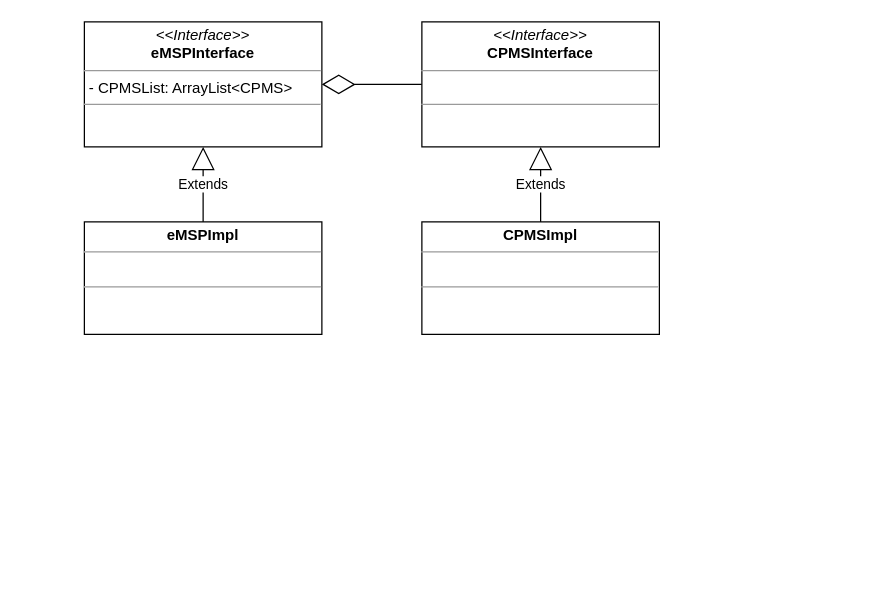
Earlier version of the draw.io diagram page "bridge-pattern" (5 of 5) of DD/Graphics/DD.drawio (federico-mandelli/CoriglianoMandelliPignataro). Source tidied: cells renumbered, new cells numbered last; positions are measured from the earlier drawing's top-left corner, leaving out a move shared by most shapes. Both pictures are drawn from the tidied source at 125%, with x=0, y=0 at pixel (84, 21).
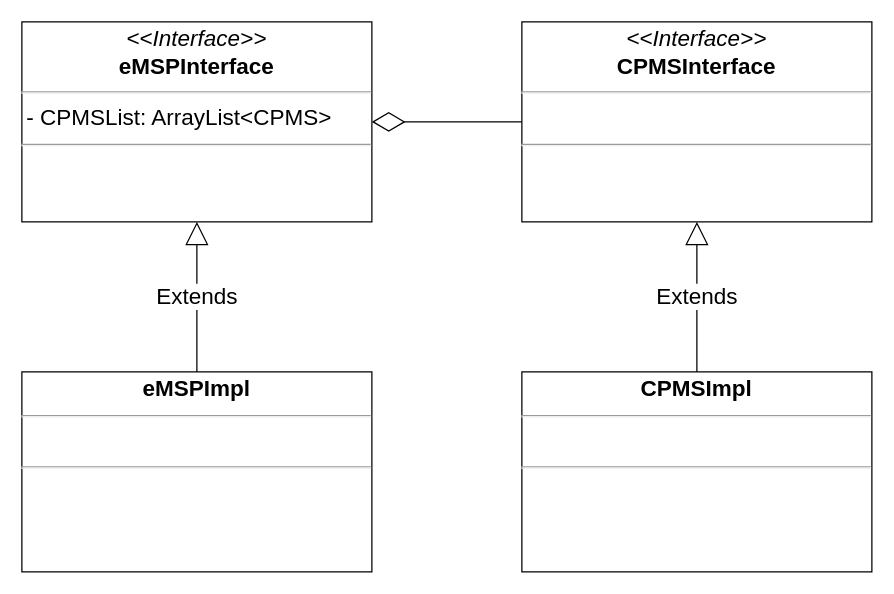
The same diagram, later.

The edit, as a diff of the source:
```diff
@@
 <mxGraphModel>
   <root>
     <mxCell id="0" />
     <mxCell id="1" parent="0" />
-    <mxCell id="2" value="Extends" style="endArrow=block;endSize=16;endFill=0;html=1;rounded=0;" parent="1" edge="1" source="8" target="6">
+    <mxCell id="2" value="Extends" style="endArrow=block;endSize=16;endFill=0;html=1;rounded=0;strokeWidth=1;fontSize=18;" parent="1" edge="1" source="8" target="6">
       <mxGeometry relative="1" as="geometry" />
     </mxCell>
-    <mxCell id="3" value="Extends" style="endArrow=block;endSize=16;endFill=0;html=1;rounded=0;" parent="1" edge="1" source="7" target="5">
+    <mxCell id="3" value="Extends" style="endArrow=block;endSize=16;endFill=0;html=1;rounded=0;strokeWidth=1;fontSize=18;" parent="1" edge="1" source="7" target="5">
       <mxGeometry relative="1" as="geometry" />
     </mxCell>
-    <mxCell id="4" style="endArrow=diamondThin;endFill=0;endSize=24;html=1;rounded=0;" parent="1" edge="1" source="6" target="5">
+    <mxCell id="4" style="endArrow=diamondThin;endFill=0;endSize=24;html=1;rounded=0;strokeWidth=1;fontSize=18;" parent="1" edge="1" source="6" target="5">
       <mxGeometry relative="1" as="geometry" />
     </mxCell>
-    <mxCell id="5" value="&lt;p style=&quot;margin:0px;margin-top:4px;text-align:center;&quot;&gt;&lt;i&gt;&amp;lt;&amp;lt;Interface&amp;gt;&amp;gt;&lt;/i&gt;&lt;br&gt;&lt;b&gt;eMSPInterface&lt;/b&gt;&lt;/p&gt;&lt;hr size=&quot;1&quot;&gt;&lt;p style=&quot;margin:0px;margin-left:4px;&quot;&gt;- CPMSList: ArrayList&amp;lt;CPMS&amp;gt;&lt;br&gt;&lt;/p&gt;&lt;hr size=&quot;1&quot;&gt;&lt;p style=&quot;margin:0px;margin-left:4px;&quot;&gt;&lt;br&gt;&lt;/p&gt;" style="verticalAlign=top;align=left;overflow=fill;fontSize=12;fontFamily=Helvetica;html=1;" parent="1" vertex="1">
-      <mxGeometry width="190" height="100" as="geometry" />
+    <mxCell id="5" value="&lt;p style=&quot;margin: 4px 0px 0px; text-align: center; font-size: 18px;&quot;&gt;&lt;i style=&quot;font-size: 18px;&quot;&gt;&amp;lt;&amp;lt;Interface&amp;gt;&amp;gt;&lt;/i&gt;&lt;br style=&quot;font-size: 18px;&quot;&gt;&lt;b style=&quot;font-size: 18px;&quot;&gt;eMSPInterface&lt;/b&gt;&lt;/p&gt;&lt;hr style=&quot;font-size: 18px;&quot;&gt;&lt;p style=&quot;margin: 0px 0px 0px 4px; font-size: 18px;&quot;&gt;- CPMSList: ArrayList&amp;lt;CPMS&amp;gt;&lt;br style=&quot;font-size: 18px;&quot;&gt;&lt;/p&gt;&lt;hr style=&quot;font-size: 18px;&quot;&gt;&lt;p style=&quot;margin: 0px 0px 0px 4px; font-size: 18px;&quot;&gt;&lt;br style=&quot;font-size: 18px;&quot;&gt;&lt;/p&gt;" style="verticalAlign=top;align=left;overflow=fill;fontSize=18;fontFamily=Helvetica;html=1;strokeWidth=1;" parent="1" vertex="1">
+      <mxGeometry x="-50" width="280" height="160" as="geometry" />
     </mxCell>
-    <mxCell id="6" value="&lt;p style=&quot;margin:0px;margin-top:4px;text-align:center;&quot;&gt;&lt;i&gt;&amp;lt;&amp;lt;Interface&amp;gt;&amp;gt;&lt;/i&gt;&lt;br&gt;&lt;b&gt;CPMSInterface&lt;/b&gt;&lt;/p&gt;&lt;hr size=&quot;1&quot;&gt;&lt;p style=&quot;margin:0px;margin-left:4px;&quot;&gt;&lt;br&gt;&lt;/p&gt;&lt;hr size=&quot;1&quot;&gt;&lt;p style=&quot;margin:0px;margin-left:4px;&quot;&gt;&lt;br&gt;&lt;/p&gt;" style="verticalAlign=top;align=left;overflow=fill;fontSize=12;fontFamily=Helvetica;html=1;" parent="1" vertex="1">
-      <mxGeometry x="270" width="190" height="100" as="geometry" />
+    <mxCell id="6" value="&lt;p style=&quot;margin: 4px 0px 0px; text-align: center; font-size: 18px;&quot;&gt;&lt;i style=&quot;font-size: 18px;&quot;&gt;&amp;lt;&amp;lt;Interface&amp;gt;&amp;gt;&lt;/i&gt;&lt;br style=&quot;font-size: 18px;&quot;&gt;&lt;b style=&quot;font-size: 18px;&quot;&gt;CPMSInterface&lt;/b&gt;&lt;/p&gt;&lt;hr style=&quot;font-size: 18px;&quot;&gt;&lt;p style=&quot;margin: 0px 0px 0px 4px; font-size: 18px;&quot;&gt;&lt;br style=&quot;font-size: 18px;&quot;&gt;&lt;/p&gt;&lt;hr style=&quot;font-size: 18px;&quot;&gt;&lt;p style=&quot;margin: 0px 0px 0px 4px; font-size: 18px;&quot;&gt;&lt;br style=&quot;font-size: 18px;&quot;&gt;&lt;/p&gt;" style="verticalAlign=top;align=left;overflow=fill;fontSize=18;fontFamily=Helvetica;html=1;strokeWidth=1;" parent="1" vertex="1">
+      <mxGeometry x="350" width="280" height="160" as="geometry" />
     </mxCell>
-    <mxCell id="7" value="&lt;p style=&quot;margin:0px;margin-top:4px;text-align:center;&quot;&gt;&lt;b&gt;eMSPImpl&lt;/b&gt;&lt;/p&gt;&lt;hr size=&quot;1&quot;&gt;&lt;p style=&quot;margin:0px;margin-left:4px;&quot;&gt;&lt;br&gt;&lt;/p&gt;&lt;hr size=&quot;1&quot;&gt;&lt;p style=&quot;margin:0px;margin-left:4px;&quot;&gt;&lt;br&gt;&lt;/p&gt;" style="verticalAlign=top;align=left;overflow=fill;fontSize=12;fontFamily=Helvetica;html=1;" parent="1" vertex="1">
-      <mxGeometry y="160" width="190" height="90" as="geometry" />
+    <mxCell id="7" value="&lt;p style=&quot;margin: 4px 0px 0px; text-align: center; font-size: 18px;&quot;&gt;&lt;b style=&quot;font-size: 18px;&quot;&gt;eMSPImpl&lt;/b&gt;&lt;/p&gt;&lt;hr style=&quot;font-size: 18px;&quot;&gt;&lt;p style=&quot;margin: 0px 0px 0px 4px; font-size: 18px;&quot;&gt;&lt;br style=&quot;font-size: 18px;&quot;&gt;&lt;/p&gt;&lt;hr style=&quot;font-size: 18px;&quot;&gt;&lt;p style=&quot;margin: 0px 0px 0px 4px; font-size: 18px;&quot;&gt;&lt;br style=&quot;font-size: 18px;&quot;&gt;&lt;/p&gt;" style="verticalAlign=top;align=left;overflow=fill;fontSize=18;fontFamily=Helvetica;html=1;strokeWidth=1;" parent="1" vertex="1">
+      <mxGeometry x="-50" y="280" width="280" height="160" as="geometry" />
     </mxCell>
-    <mxCell id="8" value="&lt;p style=&quot;margin:0px;margin-top:4px;text-align:center;&quot;&gt;&lt;b&gt;CPMSImpl&lt;/b&gt;&lt;/p&gt;&lt;hr size=&quot;1&quot;&gt;&lt;p style=&quot;margin:0px;margin-left:4px;&quot;&gt;&lt;br&gt;&lt;/p&gt;&lt;hr size=&quot;1&quot;&gt;&lt;p style=&quot;margin:0px;margin-left:4px;&quot;&gt;&lt;br&gt;&lt;/p&gt;" style="verticalAlign=top;align=left;overflow=fill;fontSize=12;fontFamily=Helvetica;html=1;" parent="1" vertex="1">
-      <mxGeometry x="270" y="160" width="190" height="90" as="geometry" />
+    <mxCell id="8" value="&lt;p style=&quot;margin: 4px 0px 0px; text-align: center; font-size: 18px;&quot;&gt;&lt;b style=&quot;font-size: 18px;&quot;&gt;CPMSImpl&lt;/b&gt;&lt;/p&gt;&lt;hr style=&quot;font-size: 18px;&quot;&gt;&lt;p style=&quot;margin: 0px 0px 0px 4px; font-size: 18px;&quot;&gt;&lt;br style=&quot;font-size: 18px;&quot;&gt;&lt;/p&gt;&lt;hr style=&quot;font-size: 18px;&quot;&gt;&lt;p style=&quot;margin: 0px 0px 0px 4px; font-size: 18px;&quot;&gt;&lt;br style=&quot;font-size: 18px;&quot;&gt;&lt;/p&gt;" style="verticalAlign=top;align=left;overflow=fill;fontSize=18;fontFamily=Helvetica;html=1;strokeWidth=1;" parent="1" vertex="1">
+      <mxGeometry x="350" y="280" width="280" height="160" as="geometry" />
     </mxCell>
   </root>
 </mxGraphModel>
```
